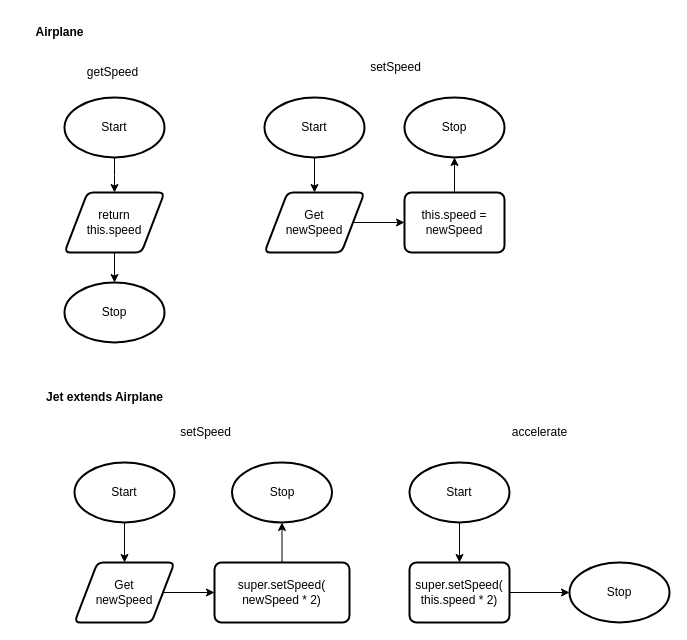
The draw.io diagram Unit2-06/design/flowchart.drawio in evan-beaudoin99/ICS4U-Unit2-Evan-Beaudoin, before the edit. Source tidied: cells renumbered, new cells numbered last; positions are measured from the earlier drawing's top-left corner, leaving out a move shared by most shapes. Both pictures are drawn from the tidied source at 100%, with x=0, y=0 at pixel (24, 17).
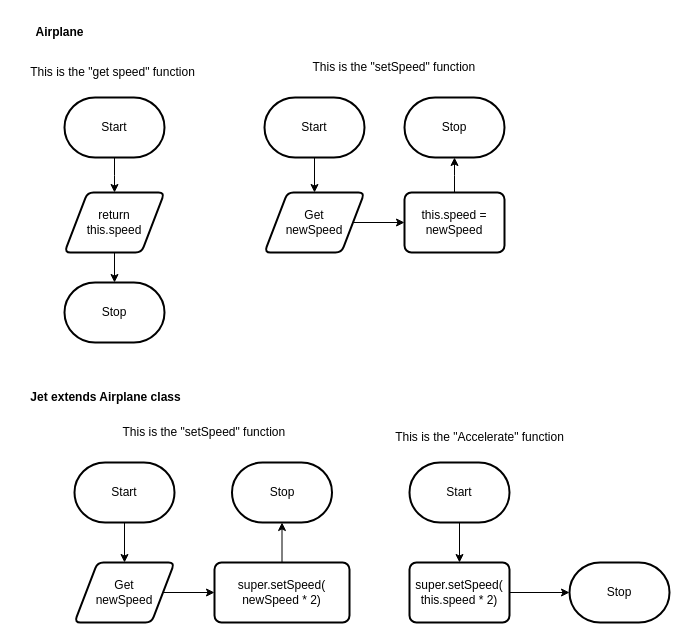
The same diagram, later.

Unchanged cells that the change refers to:
```xml
<mxCell id="7" value="return&lt;br style=&quot;font-size: 12px;&quot;&gt;this.speed" style="shape=parallelogram;html=1;strokeWidth=2;perimeter=parallelogramPerimeter;whiteSpace=wrap;rounded=1;arcSize=12;size=0.23;fontSize=12;" parent="1" vertex="1">
  <mxGeometry x="40" y="175" width="100" height="60" as="geometry" />
</mxCell>
<mxCell id="14" value="this.speed = newSpeed" style="rounded=1;whiteSpace=wrap;html=1;absoluteArcSize=1;arcSize=14;strokeWidth=2;fontSize=12;" parent="1" vertex="1">
  <mxGeometry x="380" y="175" width="100" height="60" as="geometry" />
</mxCell>
<mxCell id="19" value="Get&lt;br&gt;newSpeed" style="shape=parallelogram;html=1;strokeWidth=2;perimeter=parallelogramPerimeter;whiteSpace=wrap;rounded=1;arcSize=12;size=0.23;fontSize=12;" parent="1" vertex="1">
  <mxGeometry x="240" y="175" width="100" height="60" as="geometry" />
</mxCell>
<mxCell id="24" value="Get&lt;br&gt;newSpeed" style="shape=parallelogram;html=1;strokeWidth=2;perimeter=parallelogramPerimeter;whiteSpace=wrap;rounded=1;arcSize=12;size=0.23;fontSize=12;" parent="1" vertex="1">
  <mxGeometry x="50" y="545" width="100" height="60" as="geometry" />
</mxCell>
<mxCell id="31" value="super.setSpeed(&lt;br&gt;newSpeed * 2)" style="rounded=1;whiteSpace=wrap;html=1;absoluteArcSize=1;arcSize=14;strokeWidth=2;fontSize=12;" parent="1" vertex="1">
  <mxGeometry x="190" y="545" width="135" height="60" as="geometry" />
</mxCell>
<mxCell id="34" value="super.setSpeed(&lt;br&gt;this.speed * 2)" style="rounded=1;whiteSpace=wrap;html=1;absoluteArcSize=1;arcSize=14;strokeWidth=2;fontSize=12;" parent="1" vertex="1">
  <mxGeometry x="385" y="545" width="100" height="60" as="geometry" />
</mxCell>
```

The edit, as a diff of the source:
```diff
@@
-    <mxCell id="2" style="edgeStyle=elbowEdgeStyle;rounded=0;elbow=vertical;html=1;entryX=0.5;entryY=0;entryDx=0;entryDy=0;" parent="1" edge="1" source="3" target="7">
-      <mxGeometry relative="1" as="geometry" />
+    <mxCell id="2" style="edgeStyle=elbowEdgeStyle;rounded=0;elbow=vertical;html=1;entryX=0.5;entryY=0;entryDx=0;entryDy=0;" parent="1" edge="1" target="7">
+      <mxGeometry relative="1" as="geometry">
+        <mxPoint x="90" y="140" as="sourcePoint" />
+      </mxGeometry>
     </mxCell>
-    <mxCell id="3" value="Start" style="strokeWidth=2;html=1;shape=mxgraph.flowchart.start_1;whiteSpace=wrap;" parent="1" vertex="1">
-      <mxGeometry x="40" y="80" width="100" height="60" as="geometry" />
-    </mxCell>
-    <mxCell id="4" value="Stop" style="strokeWidth=2;html=1;shape=mxgraph.flowchart.start_1;whiteSpace=wrap;" parent="1" vertex="1">
-      <mxGeometry x="40" y="265" width="100" height="60" as="geometry" />
-    </mxCell>
-    <mxCell id="5" value="getSpeed" style="text;html=1;align=center;verticalAlign=middle;strokeColor=none;fillColor=none;" parent="1" vertex="1">
-      <mxGeometry x="50" y="40" width="75" height="30" as="geometry" />
+    <mxCell id="5" value="This is the &quot;get speed&quot; function" style="text;html=1;align=center;verticalAlign=middle;strokeColor=none;fillColor=none;" parent="1" vertex="1">
+      <mxGeometry x="-5" y="40" width="185" height="30" as="geometry" />
     </mxCell>
-    <mxCell id="6" style="rounded=0;elbow=vertical;html=1;entryX=0.5;entryY=0;entryDx=0;entryDy=0;entryPerimeter=0;" parent="1" edge="1" source="7" target="4">
-      <mxGeometry relative="1" as="geometry" />
+    <mxCell id="6" style="rounded=0;elbow=vertical;html=1;entryX=0.5;entryY=0;entryDx=0;entryDy=0;entryPerimeter=0;" parent="1" edge="1" source="7">
+      <mxGeometry relative="1" as="geometry">
+        <mxPoint x="90" y="265" as="targetPoint" />
+      </mxGeometry>
     </mxCell>
@@
-    <mxCell id="8" style="edgeStyle=none;rounded=0;html=1;elbow=vertical;" parent="1" edge="1" source="9" target="19">
-      <mxGeometry relative="1" as="geometry" />
+    <mxCell id="8" style="edgeStyle=none;rounded=0;html=1;elbow=vertical;" parent="1" edge="1" target="19">
+      <mxGeometry relative="1" as="geometry">
+        <mxPoint x="290" y="140" as="sourcePoint" />
+      </mxGeometry>
     </mxCell>
-    <mxCell id="9" value="Start" style="strokeWidth=2;html=1;shape=mxgraph.flowchart.start_1;whiteSpace=wrap;" parent="1" vertex="1">
-      <mxGeometry x="240" y="80" width="100" height="60" as="geometry" />
-    </mxCell>
-    <mxCell id="10" value="Stop" style="strokeWidth=2;html=1;shape=mxgraph.flowchart.start_1;whiteSpace=wrap;" parent="1" vertex="1">
-      <mxGeometry x="380" y="80" width="100" height="60" as="geometry" />
-    </mxCell>
-    <mxCell id="11" value="setSpeed" style="text;html=1;align=center;verticalAlign=middle;strokeColor=none;fillColor=none;" parent="1" vertex="1">
-      <mxGeometry x="333" y="35" width="75" height="30" as="geometry" />
+    <mxCell id="11" value="This is the &quot;setSpeed&quot; function&amp;nbsp;" style="text;html=1;align=center;verticalAlign=middle;strokeColor=none;fillColor=none;" parent="1" vertex="1">
+      <mxGeometry x="276" y="35" width="190" height="30" as="geometry" />
     </mxCell>
     <mxCell id="12" style="edgeStyle=none;html=1;entryX=0.5;entryY=0;entryDx=0;entryDy=0;fontSize=12;" parent="1" edge="1">
       <mxGeometry relative="1" as="geometry">
-        <mxPoint x="370" y="340" as="sourcePoint" />
+        <mxPoint x="338" y="315" as="sourcePoint" />
       </mxGeometry>
     </mxCell>
-    <mxCell id="13" style="edgeStyle=orthogonalEdgeStyle;rounded=0;html=1;fontSize=12;" parent="1" edge="1" source="14" target="10">
-      <mxGeometry relative="1" as="geometry" />
+    <mxCell id="13" style="edgeStyle=orthogonalEdgeStyle;rounded=0;html=1;fontSize=12;" parent="1" edge="1" source="14">
+      <mxGeometry relative="1" as="geometry">
+        <mxPoint x="430" y="140" as="targetPoint" />
+      </mxGeometry>
     </mxCell>
@@
     <mxCell id="15" style="edgeStyle=none;html=1;fontSize=12;" parent="1" edge="1">
       <mxGeometry relative="1" as="geometry">
-        <mxPoint x="408.5" y="410" as="sourcePoint" />
+        <mxPoint x="376.5" y="385" as="sourcePoint" />
       </mxGeometry>
     </mxCell>
     <mxCell id="16" style="edgeStyle=none;html=1;entryX=0;entryY=0.5;entryDx=0;entryDy=0;fontSize=9;" parent="1" edge="1">
       <mxGeometry relative="1" as="geometry">
-        <mxPoint x="559.5" y="210" as="sourcePoint" />
+        <mxPoint x="527.5" y="185" as="sourcePoint" />
       </mxGeometry>
     </mxCell>
@@
-    <mxCell id="20" style="edgeStyle=none;html=1;entryX=0.5;entryY=0;entryDx=0;entryDy=0;" parent="1" edge="1" source="21" target="24">
-      <mxGeometry relative="1" as="geometry" />
+    <mxCell id="20" style="edgeStyle=none;html=1;entryX=0.5;entryY=0;entryDx=0;entryDy=0;" parent="1" edge="1" target="24">
+      <mxGeometry relative="1" as="geometry">
+        <mxPoint x="100" y="505" as="sourcePoint" />
+      </mxGeometry>
     </mxCell>
-    <mxCell id="21" value="Start" style="strokeWidth=2;html=1;shape=mxgraph.flowchart.start_1;whiteSpace=wrap;" parent="1" vertex="1">
-      <mxGeometry x="50" y="445" width="100" height="60" as="geometry" />
-    </mxCell>
-    <mxCell id="22" value="Stop" style="strokeWidth=2;html=1;shape=mxgraph.flowchart.start_1;whiteSpace=wrap;" parent="1" vertex="1">
-      <mxGeometry x="207.5" y="445" width="100" height="60" as="geometry" />
-    </mxCell>
@@
-    <mxCell id="25" value="setSpeed" style="text;html=1;align=center;verticalAlign=middle;strokeColor=none;fillColor=none;" parent="1" vertex="1">
-      <mxGeometry x="143" y="400" width="75" height="30" as="geometry" />
+    <mxCell id="25" value="This is the &quot;setSpeed&quot; function&amp;nbsp;" style="text;html=1;align=center;verticalAlign=middle;strokeColor=none;fillColor=none;" parent="1" vertex="1">
+      <mxGeometry x="86" y="400" width="190" height="30" as="geometry" />
     </mxCell>
-    <mxCell id="26" style="edgeStyle=none;rounded=0;html=1;elbow=vertical;" parent="1" edge="1" source="27" target="34">
-      <mxGeometry relative="1" as="geometry" />
+    <mxCell id="26" style="edgeStyle=none;rounded=0;html=1;elbow=vertical;" parent="1" edge="1" target="34">
+      <mxGeometry relative="1" as="geometry">
+        <mxPoint x="435" y="505" as="sourcePoint" />
+      </mxGeometry>
     </mxCell>
-    <mxCell id="27" value="Start" style="strokeWidth=2;html=1;shape=mxgraph.flowchart.start_1;whiteSpace=wrap;" parent="1" vertex="1">
-      <mxGeometry x="385" y="445" width="100" height="60" as="geometry" />
-    </mxCell>
-    <mxCell id="28" value="Stop" style="strokeWidth=2;html=1;shape=mxgraph.flowchart.start_1;whiteSpace=wrap;" parent="1" vertex="1">
-      <mxGeometry x="545" y="545" width="100" height="60" as="geometry" />
-    </mxCell>
-    <mxCell id="29" value="accelerate" style="text;html=1;align=center;verticalAlign=middle;strokeColor=none;fillColor=none;" parent="1" vertex="1">
-      <mxGeometry x="475" y="400" width="80" height="30" as="geometry" />
+    <mxCell id="29" value="This is the &quot;Accelerate&quot; function" style="text;html=1;align=center;verticalAlign=middle;strokeColor=none;fillColor=none;" parent="1" vertex="1">
+      <mxGeometry x="360" y="405" width="190" height="30" as="geometry" />
     </mxCell>
-    <mxCell id="30" style="edgeStyle=none;rounded=0;html=1;entryX=0.5;entryY=1;entryDx=0;entryDy=0;entryPerimeter=0;elbow=vertical;" parent="1" edge="1" source="31" target="22">
-      <mxGeometry relative="1" as="geometry" />
+    <mxCell id="30" style="edgeStyle=none;rounded=0;html=1;entryX=0.5;entryY=1;entryDx=0;entryDy=0;entryPerimeter=0;elbow=vertical;" parent="1" edge="1" source="31">
+      <mxGeometry relative="1" as="geometry">
+        <mxPoint x="257.5" y="505" as="targetPoint" />
+      </mxGeometry>
     </mxCell>
@@
-    <mxCell id="32" value="&lt;b&gt;Jet extends Airplane&lt;br&gt;&lt;/b&gt;" style="text;html=1;align=center;verticalAlign=middle;strokeColor=none;fillColor=none;" parent="1" vertex="1">
-      <mxGeometry x="10" y="365" width="140" height="30" as="geometry" />
+    <mxCell id="32" value="&lt;b&gt;Jet extends Airplane class&lt;br&gt;&lt;/b&gt;" style="text;html=1;align=center;verticalAlign=middle;strokeColor=none;fillColor=none;" parent="1" vertex="1">
+      <mxGeometry x="-7" y="365" width="175" height="30" as="geometry" />
     </mxCell>
-    <mxCell id="33" style="edgeStyle=none;rounded=0;html=1;entryX=0;entryY=0.5;entryDx=0;entryDy=0;entryPerimeter=0;elbow=vertical;" parent="1" edge="1" source="34" target="28">
-      <mxGeometry relative="1" as="geometry" />
+    <mxCell id="33" style="edgeStyle=none;rounded=0;html=1;entryX=0;entryY=0.5;entryDx=0;entryDy=0;entryPerimeter=0;elbow=vertical;" parent="1" edge="1" source="34">
+      <mxGeometry relative="1" as="geometry">
+        <mxPoint x="545" y="575" as="targetPoint" />
+      </mxGeometry>
     </mxCell>
@@
+    <mxCell id="35" value="Start" style="strokeWidth=2;html=1;shape=mxgraph.flowchart.terminator;whiteSpace=wrap;" parent="1" vertex="1">
+      <mxGeometry x="50" y="445" width="100" height="60" as="geometry" />
+    </mxCell>
+    <mxCell id="36" value="Stop" style="strokeWidth=2;html=1;shape=mxgraph.flowchart.terminator;whiteSpace=wrap;" parent="1" vertex="1">
+      <mxGeometry x="207.5" y="445" width="100" height="60" as="geometry" />
+    </mxCell>
+    <mxCell id="37" value="Start" style="strokeWidth=2;html=1;shape=mxgraph.flowchart.terminator;whiteSpace=wrap;" parent="1" vertex="1">
+      <mxGeometry x="385" y="445" width="100" height="60" as="geometry" />
+    </mxCell>
+    <mxCell id="38" value="Stop" style="strokeWidth=2;html=1;shape=mxgraph.flowchart.terminator;whiteSpace=wrap;" parent="1" vertex="1">
+      <mxGeometry x="545" y="545" width="100" height="60" as="geometry" />
+    </mxCell>
+    <mxCell id="39" value="Start" style="strokeWidth=2;html=1;shape=mxgraph.flowchart.terminator;whiteSpace=wrap;" parent="1" vertex="1">
+      <mxGeometry x="40" y="80" width="100" height="60" as="geometry" />
+    </mxCell>
+    <mxCell id="40" value="Stop" style="strokeWidth=2;html=1;shape=mxgraph.flowchart.terminator;whiteSpace=wrap;" parent="1" vertex="1">
+      <mxGeometry x="40" y="265" width="100" height="60" as="geometry" />
+    </mxCell>
+    <mxCell id="41" value="Start" style="strokeWidth=2;html=1;shape=mxgraph.flowchart.terminator;whiteSpace=wrap;" parent="1" vertex="1">
+      <mxGeometry x="240" y="80" width="100" height="60" as="geometry" />
+    </mxCell>
+    <mxCell id="42" value="Stop" style="strokeWidth=2;html=1;shape=mxgraph.flowchart.terminator;whiteSpace=wrap;" parent="1" vertex="1">
+      <mxGeometry x="380" y="80" width="100" height="60" as="geometry" />
+    </mxCell>
```
